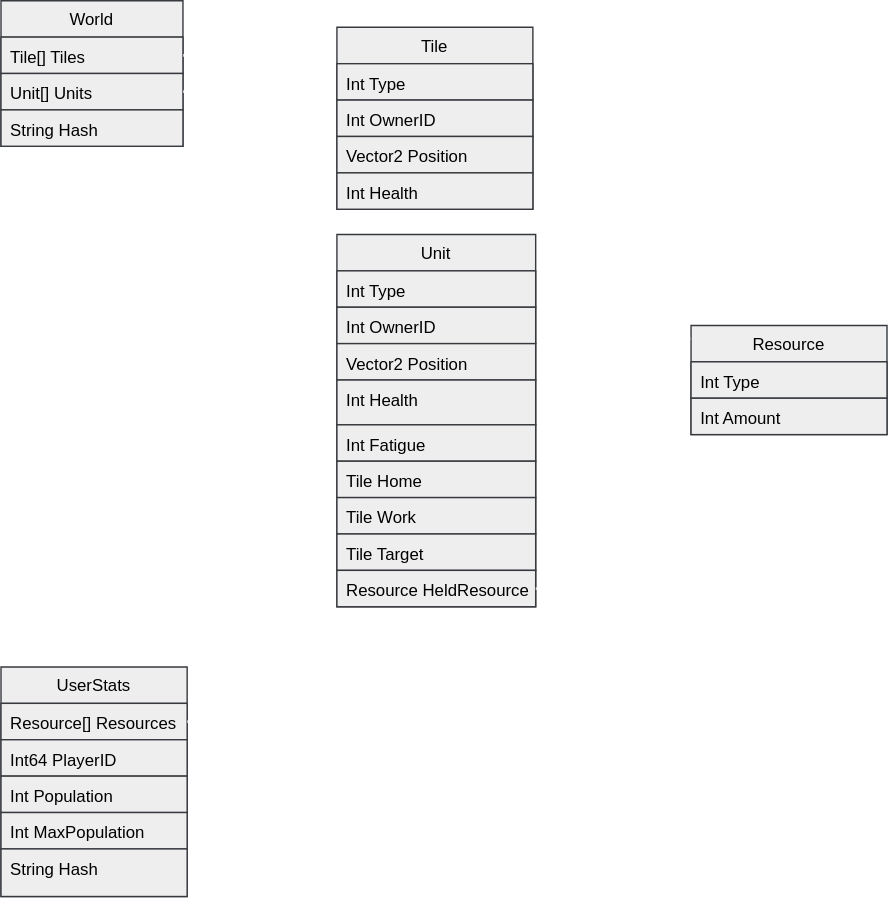
mystydev/Pioneers keeps this draw.io diagram as assets/DataModelDiagram.svg. Above is the earlier version. Source tidied: cells renumbered, new cells last; positions are measured from the earlier drawing's top-left corner, leaving out a move shared by most shapes.
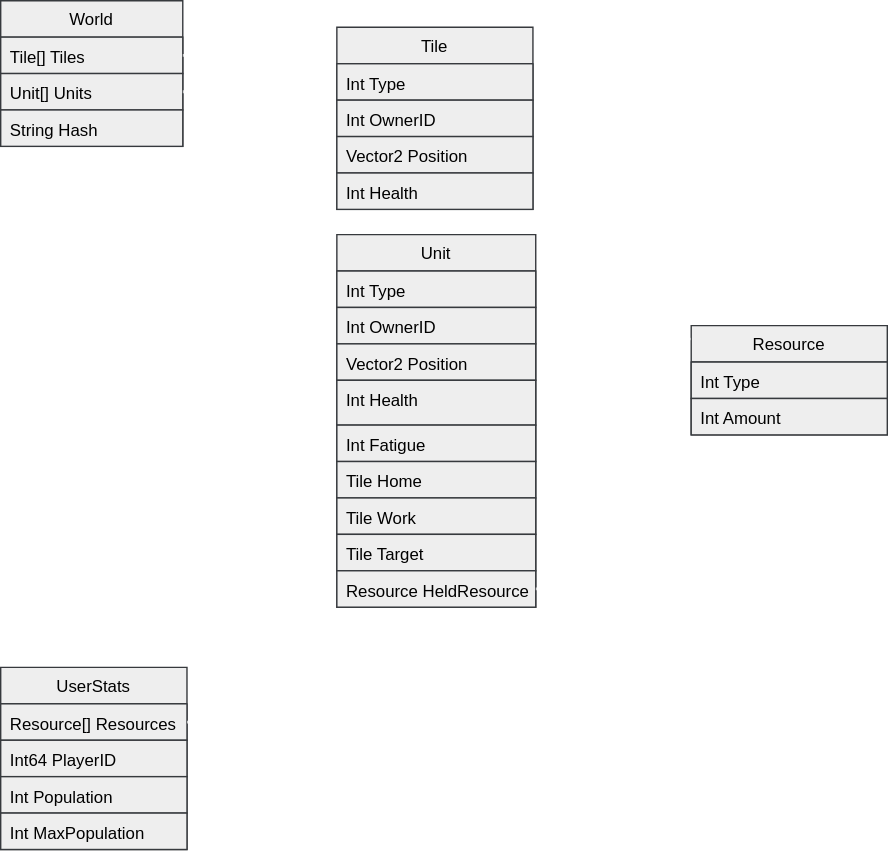
Above is the later version.

The edit, as a diff of the source:
```diff
@@ -78,7 +78,7 @@
       <mxGeometry relative="1" as="geometry" />
     </mxCell>
     <mxCell id="27" value="UserStats" style="swimlane;fontStyle=0;horizontal=1;startSize=26;glass=0;rounded=0;shadow=0;comic=0;swimlaneLine=1;fillColor=#eeeeee;strokeColor=#36393d;swimlaneFillColor=none;" parent="1" vertex="1">
-      <mxGeometry y="476" width="133" height="164" as="geometry" />
+      <mxGeometry y="476" width="133" height="130" as="geometry" />
     </mxCell>
     <mxCell id="28" value="Resource[] Resources" style="text;align=left;verticalAlign=top;spacingLeft=4;spacingRight=4;overflow=hidden;points=[[0,0.5],[1,0.5]];portConstraint=eastwest;rounded=0;fillColor=#eeeeee;strokeColor=#36393d;" parent="27" vertex="1">
       <mxGeometry y="26" width="133" height="26" as="geometry" />
@@ -92,17 +92,14 @@
     <mxCell id="31" value="Int MaxPopulation" style="text;align=left;verticalAlign=top;spacingLeft=4;spacingRight=4;overflow=hidden;rounded=0;fillColor=#eeeeee;strokeColor=#36393d;" parent="27" vertex="1">
       <mxGeometry y="104" width="133" height="26" as="geometry" />
     </mxCell>
-    <mxCell id="32" value="String Hash" style="text;align=left;verticalAlign=top;spacingLeft=4;spacingRight=4;overflow=hidden;rounded=0;glass=0;fillColor=#eeeeee;strokeColor=#36393d;" parent="27" vertex="1">
-      <mxGeometry y="130" width="133" height="34" as="geometry" />
+    <mxCell id="32" style="edgeStyle=orthogonalEdgeStyle;rounded=1;jettySize=auto;html=1;exitX=1;exitY=0.5;exitDx=0;exitDy=0;strokeColor=#FFFFFF;comic=0;strokeWidth=2;endArrow=open;endFill=0;opacity=70;" parent="1" edge="1" source="28">
+      <mxGeometry relative="1" as="geometry">
+        <mxPoint x="493" y="241" as="targetPoint" />
+        <Array as="points">
+          <mxPoint x="437" y="515" />
+          <mxPoint x="437" y="241" />
+        </Array>
+      </mxGeometry>
     </mxCell>
-    <mxCell id="33" style="edgeStyle=orthogonalEdgeStyle;rounded=1;jettySize=auto;html=1;exitX=1;exitY=0.5;exitDx=0;exitDy=0;strokeColor=#FFFFFF;comic=0;strokeWidth=2;endArrow=open;endFill=0;opacity=70;" parent="1" edge="1" source="28">
-      <mxGeometry relative="1" as="geometry">
-        <mxPoint x="493" y="241" as="targetPoint" />
-        <Array as="points">
-          <mxPoint x="437" y="515" />
-          <mxPoint x="437" y="241" />
-        </Array>
-      </mxGeometry>
-    </mxCell>
   </root>
 </mxGraphModel>
```
